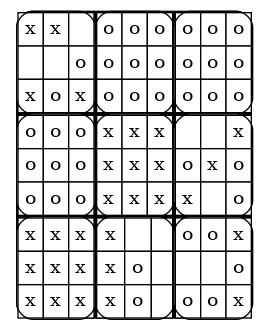
The Graphviz diagram output.png in JetMagpie/FilRouge_Super_Morpion, before a commit. Its source is kept beside it as output.dot.
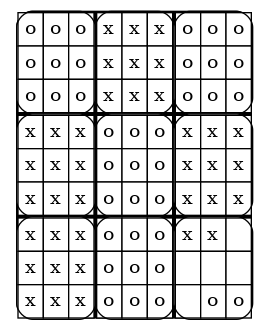
Later version of the same file.

Diff of the diagram source:
```diff
@@ -2,62 +2,6 @@
   node [shape=none];
   a0 [label=<
   <TABLE border="0" cellspacing="0" cellpadding="0" style="rounded" bgcolor="black">
-    <TR>
-      <TD><TABLE border="1" cellspacing="0" cellpadding="4" style="rounded" bgcolor="white">
-  <TR>
-<TD bgcolor="white">x</TD>
-<TD bgcolor="white">x</TD>
-<TD bgcolor="white"> </TD>
-  </TR>
-  <TR>
-<TD bgcolor="white"> </TD>
-<TD bgcolor="white"> </TD>
-<TD bgcolor="white">o</TD>
-  </TR>
-  <TR>
-<TD bgcolor="white">x</TD>
-<TD bgcolor="white">o</TD>
-<TD bgcolor="white">x</TD>
-  </TR>
-</TABLE>
-</TD>
-      <TD><TABLE border="1" cellspacing="0" cellpadding="4" style="rounded" bgcolor="white">
-  <TR>
-<TD bgcolor="white">o</TD>
-<TD bgcolor="white">o</TD>
-<TD bgcolor="white">o</TD>
-  </TR>
-  <TR>
-<TD bgcolor="white">o</TD>
-<TD bgcolor="white">o</TD>
-<TD bgcolor="white">o</TD>
-  </TR>
-  <TR>
-<TD bgcolor="white">o</TD>
-<TD bgcolor="white">o</TD>
-<TD bgcolor="white">o</TD>
-  </TR>
-</TABLE>
-</TD>
-      <TD><TABLE border="1" cellspacing="0" cellpadding="4" style="rounded" bgcolor="white">
-  <TR>
-<TD bgcolor="white">o</TD>
-<TD bgcolor="white">o</TD>
-<TD bgcolor="white">o</TD>
-  </TR>
-  <TR>
-<TD bgcolor="white">o</TD>
-<TD bgcolor="white">o</TD>
-<TD bgcolor="white">o</TD>
-  </TR>
-  <TR>
-<TD bgcolor="white">o</TD>
-<TD bgcolor="white">o</TD>
-<TD bgcolor="white">o</TD>
-  </TR>
-</TABLE>
-</TD>
-    </TR>
     <TR>
       <TD><TABLE border="1" cellspacing="0" cellpadding="4" style="rounded" bgcolor="white">
   <TR>
@@ -97,18 +41,18 @@
 </TD>
       <TD><TABLE border="1" cellspacing="0" cellpadding="4" style="rounded" bgcolor="white">
   <TR>
-<TD bgcolor="white"> </TD>
-<TD bgcolor="white"> </TD>
-<TD bgcolor="white">x</TD>
+<TD bgcolor="white">o</TD>
+<TD bgcolor="white">o</TD>
+<TD bgcolor="white">o</TD>
   </TR>
   <TR>
 <TD bgcolor="white">o</TD>
-<TD bgcolor="white">x</TD>
+<TD bgcolor="white">o</TD>
 <TD bgcolor="white">o</TD>
   </TR>
   <TR>
-<TD bgcolor="white">x</TD>
-<TD bgcolor="white"> </TD>
+<TD bgcolor="white">o</TD>
+<TD bgcolor="white">o</TD>
 <TD bgcolor="white">o</TD>
   </TR>
 </TABLE>
@@ -135,19 +79,57 @@
 </TD>
       <TD><TABLE border="1" cellspacing="0" cellpadding="4" style="rounded" bgcolor="white">
   <TR>
+<TD bgcolor="white">o</TD>
+<TD bgcolor="white">o</TD>
+<TD bgcolor="white">o</TD>
+  </TR>
+  <TR>
+<TD bgcolor="white">o</TD>
+<TD bgcolor="white">o</TD>
+<TD bgcolor="white">o</TD>
+  </TR>
+  <TR>
+<TD bgcolor="white">o</TD>
+<TD bgcolor="white">o</TD>
+<TD bgcolor="white">o</TD>
+  </TR>
+</TABLE>
+</TD>
+      <TD><TABLE border="1" cellspacing="0" cellpadding="4" style="rounded" bgcolor="white">
+  <TR>
 <TD bgcolor="white">x</TD>
-<TD bgcolor="white"> </TD>
-<TD bgcolor="white"> </TD>
+<TD bgcolor="white">x</TD>
+<TD bgcolor="white">x</TD>
   </TR>
   <TR>
 <TD bgcolor="white">x</TD>
-<TD bgcolor="white">o</TD>
-<TD bgcolor="white"> </TD>
+<TD bgcolor="white">x</TD>
+<TD bgcolor="white">x</TD>
   </TR>
   <TR>
 <TD bgcolor="white">x</TD>
-<TD bgcolor="white">o</TD>
-<TD bgcolor="white"> </TD>
+<TD bgcolor="white">x</TD>
+<TD bgcolor="white">x</TD>
+  </TR>
+</TABLE>
+</TD>
+    </TR>
+    <TR>
+      <TD><TABLE border="1" cellspacing="0" cellpadding="4" style="rounded" bgcolor="white">
+  <TR>
+<TD bgcolor="white">x</TD>
+<TD bgcolor="white">x</TD>
+<TD bgcolor="white">x</TD>
+  </TR>
+  <TR>
+<TD bgcolor="white">x</TD>
+<TD bgcolor="white">x</TD>
+<TD bgcolor="white">x</TD>
+  </TR>
+  <TR>
+<TD bgcolor="white">x</TD>
+<TD bgcolor="white">x</TD>
+<TD bgcolor="white">x</TD>
   </TR>
 </TABLE>
 </TD>
@@ -155,17 +137,35 @@
   <TR>
 <TD bgcolor="white">o</TD>
 <TD bgcolor="white">o</TD>
-<TD bgcolor="white">x</TD>
-  </TR>
-  <TR>
-<TD bgcolor="white"> </TD>
-<TD bgcolor="white"> </TD>
 <TD bgcolor="white">o</TD>
   </TR>
   <TR>
 <TD bgcolor="white">o</TD>
 <TD bgcolor="white">o</TD>
+<TD bgcolor="white">o</TD>
+  </TR>
+  <TR>
+<TD bgcolor="white">o</TD>
+<TD bgcolor="white">o</TD>
+<TD bgcolor="white">o</TD>
+  </TR>
+</TABLE>
+</TD>
+      <TD><TABLE border="1" cellspacing="0" cellpadding="4" style="rounded" bgcolor="white">
+  <TR>
 <TD bgcolor="white">x</TD>
+<TD bgcolor="white">x</TD>
+<TD bgcolor="white"> </TD>
+  </TR>
+  <TR>
+<TD bgcolor="white"> </TD>
+<TD bgcolor="white"> </TD>
+<TD bgcolor="white"> </TD>
+  </TR>
+  <TR>
+<TD bgcolor="white"> </TD>
+<TD bgcolor="white">o</TD>
+<TD bgcolor="white">o</TD>
   </TR>
 </TABLE>
 </TD>
```
